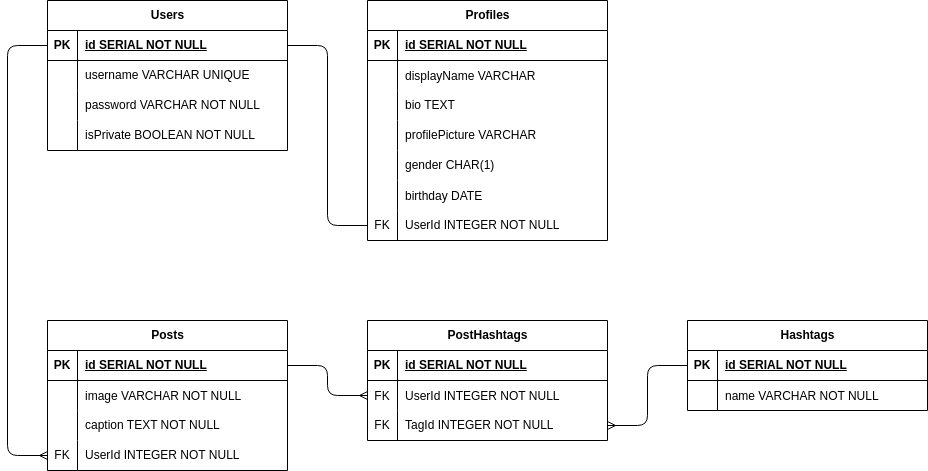
Earlier version of the draw.io export erd.drawio.png (arnold-utama/pair-project-p1). Source tidied: cells renumbered, new cells last; positions are measured from the earlier drawing's top-left corner, leaving out a move shared by most shapes.
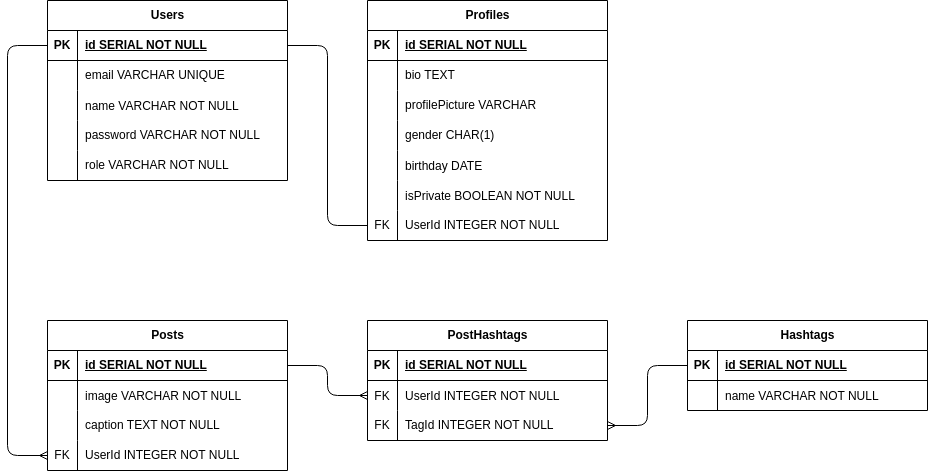
The same diagram one commit later.

Diff of the diagram source:
```diff
@@ -3,7 +3,7 @@
     <mxCell id="0" />
     <mxCell id="1" parent="0" />
     <mxCell id="2" value="Users" style="shape=table;startSize=30;rowLines=0;fontStyle=1;align=center;html=1;" parent="1" vertex="1">
-      <mxGeometry x="40" width="240" height="150" as="geometry" />
+      <mxGeometry x="40" width="240" height="180" as="geometry" />
     </mxCell>
     <mxCell id="3" style="shape=tableRow;horizontal=0;startSize=0;swimlaneHead=0;swimlaneBody=0;fillColor=none;points=[[0,0.5],[1,0.5]];portConstraint=eastwest;top=0;left=0;right=0;bottom=1;" parent="2" vertex="1">
       <mxGeometry y="30" width="240" height="30" as="geometry" />
@@ -20,11 +20,20 @@
     <mxCell id="7" style="shape=partialRectangle;fillColor=none;top=0;left=0;bottom=0;right=0;overflow=hidden;whiteSpace=wrap;html=1;" parent="6" vertex="1">
       <mxGeometry width="30" height="30" as="geometry" />
     </mxCell>
-    <mxCell id="8" value="username VARCHAR UNIQUE" style="shape=partialRectangle;fillColor=none;top=0;left=0;bottom=0;right=0;align=left;spacingLeft=6;overflow=hidden;whiteSpace=wrap;html=1;" parent="6" vertex="1">
+    <mxCell id="8" value="email VARCHAR UNIQUE" style="shape=partialRectangle;fillColor=none;top=0;left=0;bottom=0;right=0;align=left;spacingLeft=6;overflow=hidden;whiteSpace=wrap;html=1;" parent="6" vertex="1">
       <mxGeometry x="30" width="210" height="30" as="geometry" />
     </mxCell>
+    <mxCell id="71" style="shape=tableRow;horizontal=0;startSize=0;swimlaneHead=0;swimlaneBody=0;fillColor=none;top=0;left=0;right=0;bottom=0;" parent="2" vertex="1">
+      <mxGeometry y="90" width="240" height="30" as="geometry" />
+    </mxCell>
+    <mxCell id="72" style="shape=partialRectangle;fillColor=none;top=0;left=0;bottom=0;right=0;overflow=hidden;" parent="71" vertex="1">
+      <mxGeometry width="30" height="30" as="geometry" />
+    </mxCell>
+    <mxCell id="73" value="name VARCHAR NOT NULL" style="shape=partialRectangle;fillColor=none;top=0;left=0;bottom=0;right=0;align=left;spacingLeft=6;overflow=hidden;" parent="71" vertex="1">
+      <mxGeometry x="30" width="210" height="30" as="geometry" />
+    </mxCell>
     <mxCell id="9" style="shape=tableRow;horizontal=0;startSize=0;swimlaneHead=0;swimlaneBody=0;fillColor=none;top=0;left=0;right=0;bottom=0;" parent="2" vertex="1">
-      <mxGeometry y="90" width="240" height="30" as="geometry" />
+      <mxGeometry y="120" width="240" height="30" as="geometry" />
     </mxCell>
     <mxCell id="10" style="shape=partialRectangle;fillColor=none;top=0;left=0;bottom=0;right=0;overflow=hidden;whiteSpace=wrap;html=1;" parent="9" vertex="1">
       <mxGeometry width="30" height="30" as="geometry" />
@@ -33,12 +42,12 @@
       <mxGeometry x="30" width="210" height="30" as="geometry" />
     </mxCell>
     <mxCell id="12" style="shape=tableRow;horizontal=0;startSize=0;swimlaneHead=0;swimlaneBody=0;fillColor=none;top=0;left=0;right=0;bottom=0;" parent="2" vertex="1">
-      <mxGeometry y="120" width="240" height="30" as="geometry" />
+      <mxGeometry y="150" width="240" height="30" as="geometry" />
     </mxCell>
     <mxCell id="13" style="shape=partialRectangle;fillColor=none;top=0;left=0;bottom=0;right=0;overflow=hidden;whiteSpace=wrap;html=1;" parent="12" vertex="1">
       <mxGeometry width="30" height="30" as="geometry" />
     </mxCell>
-    <mxCell id="14" value="isPrivate BOOLEAN NOT NULL" style="shape=partialRectangle;fillColor=none;top=0;left=0;bottom=0;right=0;align=left;spacingLeft=6;overflow=hidden;whiteSpace=wrap;html=1;" parent="12" vertex="1">
+    <mxCell id="14" value="role VARCHAR NOT NULL" style="shape=partialRectangle;fillColor=none;top=0;left=0;bottom=0;right=0;align=left;spacingLeft=6;overflow=hidden;whiteSpace=wrap;html=1;" parent="12" vertex="1">
       <mxGeometry x="30" width="210" height="30" as="geometry" />
     </mxCell>
     <mxCell id="15" value="Profiles" style="shape=table;startSize=30;rowLines=0;fontStyle=1;align=center;html=1;" parent="1" vertex="1">
@@ -53,17 +62,8 @@
     <mxCell id="18" value="id SERIAL NOT NULL" style="shape=partialRectangle;fillColor=none;top=0;left=0;bottom=0;right=0;align=left;spacingLeft=6;fontStyle=5;overflow=hidden;whiteSpace=wrap;html=1;" parent="16" vertex="1">
       <mxGeometry x="30" width="210" height="30" as="geometry" />
     </mxCell>
-    <mxCell id="19" style="shape=tableRow;horizontal=0;startSize=0;swimlaneHead=0;swimlaneBody=0;fillColor=none;top=0;left=0;right=0;bottom=0;" parent="15" vertex="1">
-      <mxGeometry y="60" width="240" height="30" as="geometry" />
-    </mxCell>
-    <mxCell id="20" style="shape=partialRectangle;fillColor=none;top=0;left=0;bottom=0;right=0;overflow=hidden;" parent="19" vertex="1">
-      <mxGeometry width="30" height="30" as="geometry" />
-    </mxCell>
-    <mxCell id="21" value="displayName VARCHAR" style="shape=partialRectangle;fillColor=none;top=0;left=0;bottom=0;right=0;align=left;spacingLeft=6;overflow=hidden;" parent="19" vertex="1">
-      <mxGeometry x="30" width="210" height="30" as="geometry" />
-    </mxCell>
     <mxCell id="22" style="shape=tableRow;horizontal=0;startSize=0;swimlaneHead=0;swimlaneBody=0;fillColor=none;top=0;left=0;right=0;bottom=0;" parent="15" vertex="1">
-      <mxGeometry y="90" width="240" height="30" as="geometry" />
+      <mxGeometry y="60" width="240" height="30" as="geometry" />
     </mxCell>
     <mxCell id="23" style="shape=partialRectangle;fillColor=none;top=0;left=0;bottom=0;right=0;overflow=hidden;whiteSpace=wrap;html=1;" parent="22" vertex="1">
       <mxGeometry width="30" height="30" as="geometry" />
@@ -72,7 +72,7 @@
       <mxGeometry x="30" width="210" height="30" as="geometry" />
     </mxCell>
     <mxCell id="25" style="shape=tableRow;horizontal=0;startSize=0;swimlaneHead=0;swimlaneBody=0;fillColor=none;top=0;left=0;right=0;bottom=0;" parent="15" vertex="1">
-      <mxGeometry y="120" width="240" height="30" as="geometry" />
+      <mxGeometry y="90" width="240" height="30" as="geometry" />
     </mxCell>
     <mxCell id="26" style="shape=partialRectangle;fillColor=none;top=0;left=0;bottom=0;right=0;overflow=hidden;whiteSpace=wrap;html=1;" parent="25" vertex="1">
       <mxGeometry width="30" height="30" as="geometry" />
@@ -81,7 +81,7 @@
       <mxGeometry x="30" width="210" height="30" as="geometry" />
     </mxCell>
     <mxCell id="28" style="shape=tableRow;horizontal=0;startSize=0;swimlaneHead=0;swimlaneBody=0;fillColor=none;top=0;left=0;right=0;bottom=0;" parent="15" vertex="1">
-      <mxGeometry y="150" width="240" height="30" as="geometry" />
+      <mxGeometry y="120" width="240" height="30" as="geometry" />
     </mxCell>
     <mxCell id="29" style="shape=partialRectangle;fillColor=none;top=0;left=0;bottom=0;right=0;overflow=hidden;whiteSpace=wrap;html=1;" parent="28" vertex="1">
       <mxGeometry width="30" height="30" as="geometry" />
@@ -90,7 +90,7 @@
       <mxGeometry x="30" width="210" height="30" as="geometry" />
     </mxCell>
     <mxCell id="31" style="shape=tableRow;horizontal=0;startSize=0;swimlaneHead=0;swimlaneBody=0;fillColor=none;top=0;left=0;right=0;bottom=0;" parent="15" vertex="1">
-      <mxGeometry y="180" width="240" height="30" as="geometry" />
+      <mxGeometry y="150" width="240" height="30" as="geometry" />
     </mxCell>
     <mxCell id="32" style="shape=partialRectangle;fillColor=none;top=0;left=0;bottom=0;right=0;overflow=hidden;" parent="31" vertex="1">
       <mxGeometry width="30" height="30" as="geometry" />
@@ -98,6 +98,15 @@
     <mxCell id="33" value="birthday DATE" style="shape=partialRectangle;fillColor=none;top=0;left=0;bottom=0;right=0;align=left;spacingLeft=6;overflow=hidden;" parent="31" vertex="1">
       <mxGeometry x="30" width="210" height="30" as="geometry" />
     </mxCell>
+    <mxCell id="74" style="shape=tableRow;horizontal=0;startSize=0;swimlaneHead=0;swimlaneBody=0;fillColor=none;top=0;left=0;right=0;bottom=0;" parent="15" vertex="1">
+      <mxGeometry y="180" width="240" height="30" as="geometry" />
+    </mxCell>
+    <mxCell id="75" style="shape=partialRectangle;fillColor=none;top=0;left=0;bottom=0;right=0;overflow=hidden;" parent="74" vertex="1">
+      <mxGeometry width="30" height="30" as="geometry" />
+    </mxCell>
+    <mxCell id="76" value="isPrivate BOOLEAN NOT NULL" style="shape=partialRectangle;fillColor=none;top=0;left=0;bottom=0;right=0;align=left;spacingLeft=6;overflow=hidden;" parent="74" vertex="1">
+      <mxGeometry x="30" width="210" height="30" as="geometry" />
+    </mxCell>
     <mxCell id="34" style="shape=tableRow;horizontal=0;startSize=0;swimlaneHead=0;swimlaneBody=0;fillColor=none;points=[[0,0.5],[1,0.5]];portConstraint=eastwest;top=0;left=0;right=0;bottom=0;" parent="15" vertex="1">
       <mxGeometry y="210" width="240" height="30" as="geometry" />
     </mxCell>
```
